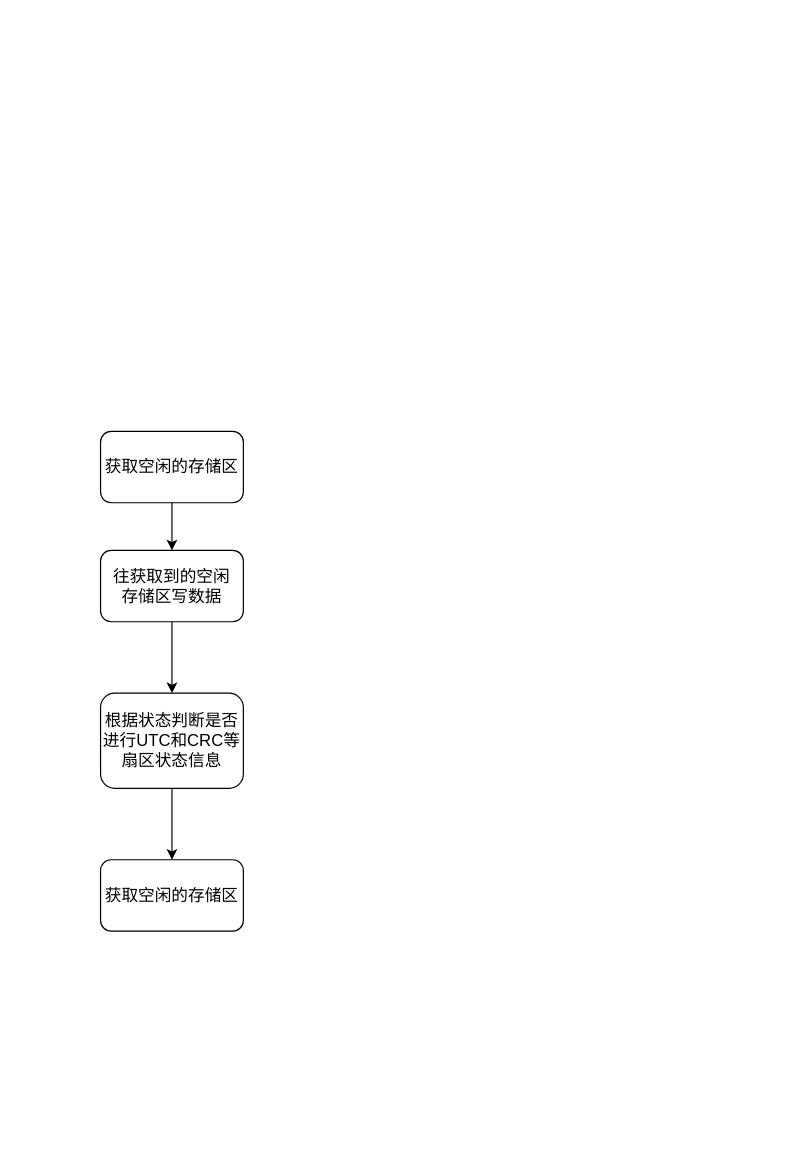
Above: page "Page-1" (1 of 2) of P3.drawio in blackfalsehood/mycode (draw.io), before the change. Source tidied: cells renumbered, new cells numbered last; positions are measured from the earlier drawing's top-left corner, leaving out a move shared by most shapes. Both pictures are drawn from the tidied source at 119%, with x=0, y=0 at pixel (100, 431).
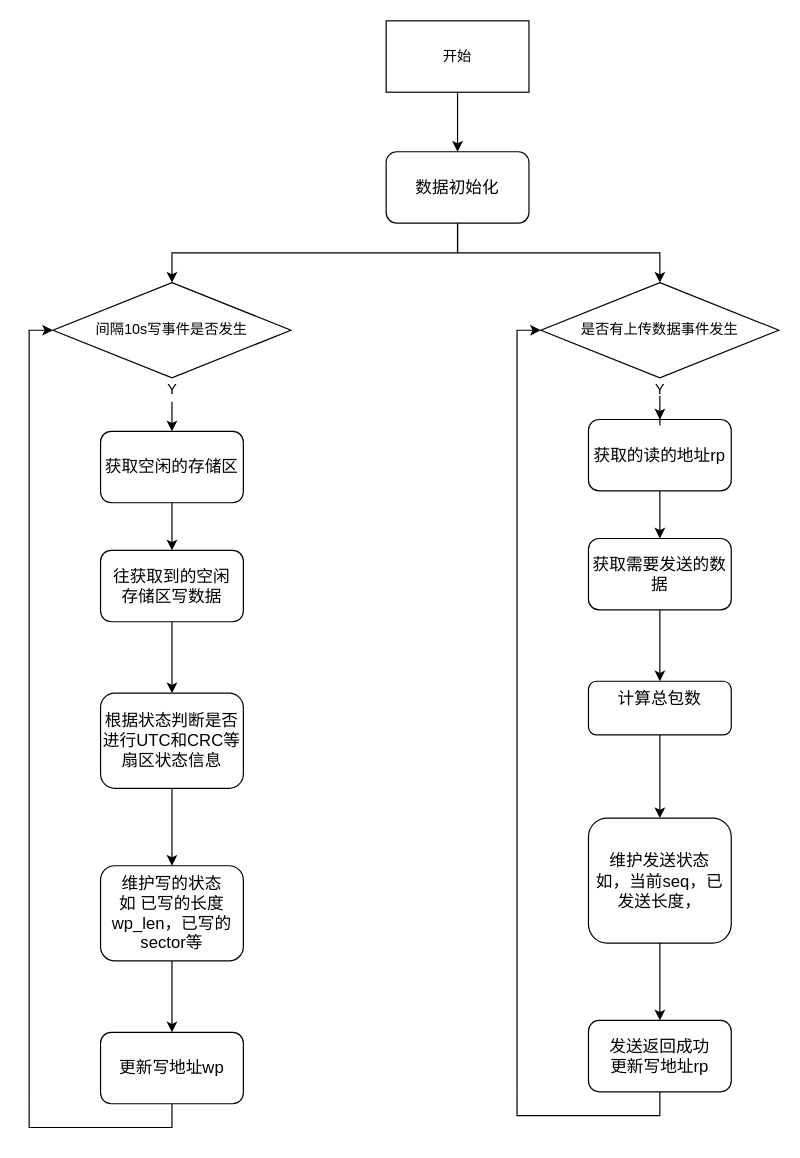
Above is the later version.

The change refers to these unchanged cells:
```xml
<mxCell id="3" value="&lt;font style=&quot;font-size: 14px&quot;&gt;获取空闲的存储区&lt;/font&gt;" style="rounded=1;whiteSpace=wrap;html=1;" parent="1" vertex="1">
  <mxGeometry width="120" height="60" as="geometry" />
</mxCell>
<mxCell id="7" value="&lt;span style=&quot;font-size: 14px&quot;&gt;根据状态判断是否进行UTC和CRC等扇区状态信息&lt;/span&gt;" style="rounded=1;whiteSpace=wrap;html=1;" parent="1" vertex="1">
  <mxGeometry y="220" width="120" height="80" as="geometry" />
</mxCell>
```

Diff of the diagram source:
```diff
@@
-    <mxCell id="6" style="edgeStyle=orthogonalEdgeStyle;rounded=0;jettySize=auto;html=1;" parent="1" edge="1" source="7" target="8">
+    <mxCell id="6" style="edgeStyle=orthogonalEdgeStyle;rounded=0;jettySize=auto;html=1;entryX=0.5;entryY=0;entryDx=0;entryDy=0;" parent="1" edge="1" source="7" target="34">
       <mxGeometry relative="1" as="geometry" />
     </mxCell>
@@
+    <mxCell id="9" style="edgeStyle=orthogonalEdgeStyle;rounded=0;jettySize=auto;html=1;exitX=0.5;exitY=1;exitDx=0;exitDy=0;entryX=0;entryY=0.5;entryDx=0;entryDy=0;" parent="1" edge="1" source="8" target="16">
+      <mxGeometry relative="1" as="geometry" />
+    </mxCell>
-    <mxCell id="8" value="&lt;font style=&quot;font-size: 14px&quot;&gt;获取空闲的存储区&lt;/font&gt;" style="rounded=1;whiteSpace=wrap;html=1;" parent="1" vertex="1">
-      <mxGeometry y="360" width="120" height="60" as="geometry" />
+    <mxCell id="8" value="&lt;font style=&quot;font-size: 14px&quot;&gt;更新写地址wp&lt;/font&gt;" style="rounded=1;whiteSpace=wrap;html=1;" parent="1" vertex="1">
+      <mxGeometry y="505" width="120" height="60" as="geometry" />
     </mxCell>
+    <mxCell id="10" style="edgeStyle=orthogonalEdgeStyle;rounded=0;jettySize=auto;html=1;exitX=0.5;exitY=1;exitDx=0;exitDy=0;entryX=0.5;entryY=0;entryDx=0;entryDy=0;" parent="1" edge="1" source="11" target="14">
+      <mxGeometry relative="1" as="geometry" />
+    </mxCell>
+    <mxCell id="11" value="开始" style="rounded=0;whiteSpace=wrap;html=1;" parent="1" vertex="1">
+      <mxGeometry x="240" y="-345" width="120" height="60" as="geometry" />
+    </mxCell>
+    <mxCell id="12" style="edgeStyle=orthogonalEdgeStyle;rounded=0;jettySize=auto;html=1;exitX=0.5;exitY=1;exitDx=0;exitDy=0;entryX=0.5;entryY=0;entryDx=0;entryDy=0;" parent="1" edge="1" source="14" target="16">
+      <mxGeometry relative="1" as="geometry" />
+    </mxCell>
+    <mxCell id="13" style="edgeStyle=orthogonalEdgeStyle;rounded=0;jettySize=auto;html=1;exitX=0.5;exitY=1;exitDx=0;exitDy=0;entryX=0.5;entryY=0;entryDx=0;entryDy=0;" parent="1" edge="1" source="14" target="28">
+      <mxGeometry relative="1" as="geometry" />
+    </mxCell>
+    <mxCell id="14" value="&lt;font style=&quot;font-size: 14px&quot;&gt;数据初始化&lt;/font&gt;" style="rounded=1;whiteSpace=wrap;html=1;" parent="1" vertex="1">
+      <mxGeometry x="240" y="-235" width="120" height="60" as="geometry" />
+    </mxCell>
+    <mxCell id="15" style="edgeStyle=orthogonalEdgeStyle;rounded=0;jettySize=auto;html=1;exitX=0.5;exitY=1;exitDx=0;exitDy=0;" parent="1" edge="1" source="17" target="3">
+      <mxGeometry relative="1" as="geometry" />
+    </mxCell>
+    <mxCell id="16" value="间隔10s写事件是否发生" style="rhombus;whiteSpace=wrap;html=1;" parent="1" vertex="1">
+      <mxGeometry x="-40" y="-125" width="200" height="80" as="geometry" />
+    </mxCell>
+    <mxCell id="17" value="Y" style="text;html=1;align=center;verticalAlign=middle;points=[];fillColor=none;strokeColor=none;rounded=0;" parent="1" vertex="1">
+      <mxGeometry x="50" y="-45" width="20" height="20" as="geometry" />
+    </mxCell>
+    <mxCell id="18" style="edgeStyle=orthogonalEdgeStyle;rounded=0;jettySize=auto;html=1;exitX=0.5;exitY=1;exitDx=0;exitDy=0;" parent="1" edge="1" source="16" target="17">
+      <mxGeometry relative="1" as="geometry">
+        <Array as="points">
+          <mxPoint x="60" y="-35" />
+          <mxPoint x="60" y="-35" />
+        </Array>
+      </mxGeometry>
+    </mxCell>
+    <mxCell id="19" style="edgeStyle=orthogonalEdgeStyle;rounded=0;jettySize=auto;html=1;exitX=0.5;exitY=1;exitDx=0;exitDy=0;entryX=0.5;entryY=0;entryDx=0;entryDy=0;" parent="1" edge="1" source="20" target="22">
+      <mxGeometry relative="1" as="geometry" />
+    </mxCell>
+    <mxCell id="20" value="&lt;font style=&quot;font-size: 14px&quot;&gt;获取的读的地址rp&lt;/font&gt;" style="rounded=1;whiteSpace=wrap;html=1;" parent="1" vertex="1">
+      <mxGeometry x="410" y="-10" width="120" height="60" as="geometry" />
+    </mxCell>
+    <mxCell id="21" style="edgeStyle=orthogonalEdgeStyle;rounded=0;jettySize=auto;html=1;exitX=0.5;exitY=1;exitDx=0;exitDy=0;entryX=0.5;entryY=0;entryDx=0;entryDy=0;" parent="1" edge="1" source="22" target="24">
+      <mxGeometry relative="1" as="geometry" />
+    </mxCell>
+    <mxCell id="22" value="&lt;span style=&quot;font-size: 14px&quot;&gt;获取需要发送的数据&lt;br&gt;&lt;/span&gt;" style="rounded=1;whiteSpace=wrap;html=1;" parent="1" vertex="1">
+      <mxGeometry x="410" y="90" width="120" height="60" as="geometry" />
+    </mxCell>
+    <mxCell id="23" style="edgeStyle=orthogonalEdgeStyle;rounded=0;jettySize=auto;html=1;entryX=0.5;entryY=0;entryDx=0;entryDy=0;" parent="1" edge="1" source="24" target="32">
+      <mxGeometry relative="1" as="geometry" />
+    </mxCell>
+    <mxCell id="24" value="&lt;span style=&quot;font-size: 14px&quot;&gt;计算总包数&lt;br&gt;&lt;br&gt;&lt;/span&gt;" style="rounded=1;whiteSpace=wrap;html=1;" parent="1" vertex="1">
+      <mxGeometry x="410" y="210" width="120" height="45" as="geometry" />
+    </mxCell>
+    <mxCell id="25" style="edgeStyle=orthogonalEdgeStyle;rounded=0;jettySize=auto;html=1;exitX=0.5;exitY=1;exitDx=0;exitDy=0;entryX=0;entryY=0.5;entryDx=0;entryDy=0;" parent="1" edge="1" source="26" target="28">
+      <mxGeometry relative="1" as="geometry" />
+    </mxCell>
+    <mxCell id="26" value="&lt;font style=&quot;font-size: 14px&quot;&gt;发送返回成功&lt;br&gt;更新写地址rp&lt;/font&gt;" style="rounded=1;whiteSpace=wrap;html=1;" parent="1" vertex="1">
+      <mxGeometry x="410" y="495" width="120" height="60" as="geometry" />
+    </mxCell>
+    <mxCell id="27" style="edgeStyle=orthogonalEdgeStyle;rounded=0;jettySize=auto;html=1;exitX=0.5;exitY=1;exitDx=0;exitDy=0;" parent="1" edge="1" source="29" target="20">
+      <mxGeometry relative="1" as="geometry" />
+    </mxCell>
+    <mxCell id="28" value="是否有上传数据事件发生" style="rhombus;whiteSpace=wrap;html=1;" parent="1" vertex="1">
+      <mxGeometry x="370" y="-125" width="200" height="80" as="geometry" />
+    </mxCell>
+    <mxCell id="29" value="Y" style="text;html=1;align=center;verticalAlign=middle;points=[];fillColor=none;strokeColor=none;rounded=0;" parent="1" vertex="1">
+      <mxGeometry x="460" y="-45" width="20" height="20" as="geometry" />
+    </mxCell>
+    <mxCell id="30" style="edgeStyle=orthogonalEdgeStyle;rounded=0;jettySize=auto;html=1;exitX=0.5;exitY=1;exitDx=0;exitDy=0;" parent="1" edge="1" source="28" target="29">
+      <mxGeometry relative="1" as="geometry">
+        <Array as="points">
+          <mxPoint x="470" y="-45" />
+          <mxPoint x="470" y="-45" />
+        </Array>
+      </mxGeometry>
+    </mxCell>
+    <mxCell id="31" style="edgeStyle=orthogonalEdgeStyle;rounded=0;jettySize=auto;html=1;exitX=0.5;exitY=1;exitDx=0;exitDy=0;entryX=0.5;entryY=0;entryDx=0;entryDy=0;" parent="1" edge="1" source="32" target="26">
+      <mxGeometry relative="1" as="geometry" />
+    </mxCell>
+    <mxCell id="32" value="&lt;span style=&quot;font-size: 14px&quot;&gt;维护发送状态&lt;br&gt;如，当前seq，已发送长度，&lt;br&gt;&lt;/span&gt;" style="rounded=1;whiteSpace=wrap;html=1;" parent="1" vertex="1">
+      <mxGeometry x="410" y="325" width="120" height="105" as="geometry" />
+    </mxCell>
+    <mxCell id="33" style="edgeStyle=orthogonalEdgeStyle;rounded=0;jettySize=auto;html=1;exitX=0.5;exitY=1;exitDx=0;exitDy=0;" parent="1" edge="1" source="34" target="8">
+      <mxGeometry relative="1" as="geometry" />
+    </mxCell>
+    <mxCell id="34" value="&lt;span style=&quot;font-size: 14px&quot;&gt;维护写的状态&lt;br&gt;如 已写的长度wp_len，已写的sector等&lt;br&gt;&lt;/span&gt;" style="rounded=1;whiteSpace=wrap;html=1;" parent="1" vertex="1">
+      <mxGeometry y="365" width="120" height="80" as="geometry" />
+    </mxCell>
```
